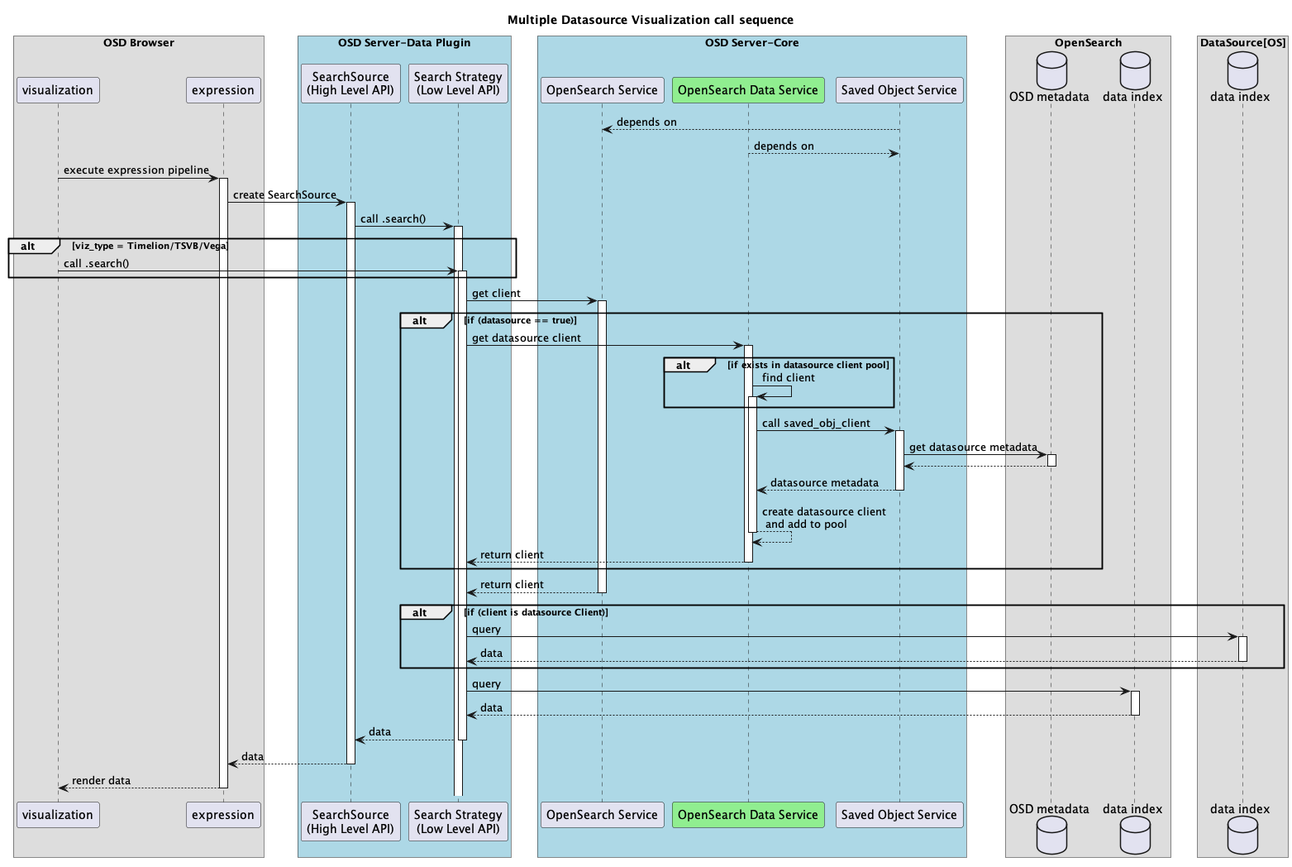
Earlier version of the PlantUML export docs/multi-datasource/img/client_management_dataflow.png (opensearch-project/OpenSearch-Dashboards).
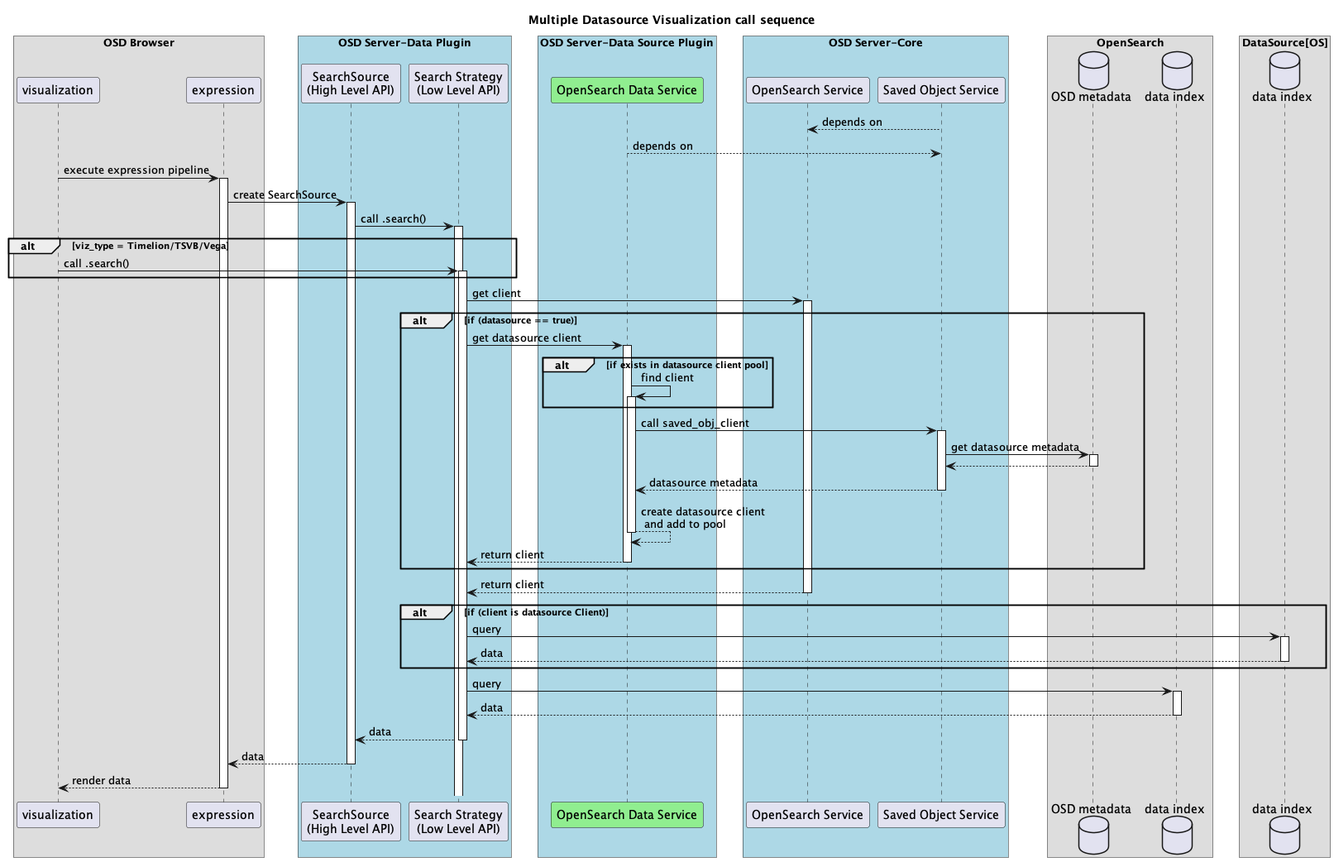
After the change.

Change to the diagram source:
```diff
@@ -14,11 +14,13 @@
 participant "Search Strategy\n(Low Level API)" as ss
 end box
 
+box "OSD Server-Data Source Plugin" #LightBlue
+participant "OpenSearch Data Service" as ods #LightGreen
+end box
+
 box "OSD Server-Core" #LightBlue
 participant "OpenSearch Service" as os
-participant "OpenSearch Data Service" as ods #LightGreen
 participant "Saved Object Service" as sos
-
 end box
 
 box "OpenSearch"
```
